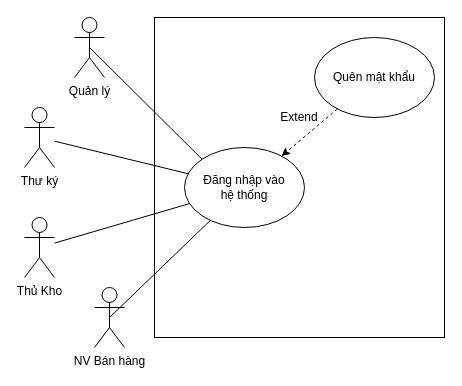
TccKaiCi/PTTK_CuaHangGiay keeps this draw.io diagram as Diagram/UseCase/DangNhap.drawio. Above is the earlier version. Source tidied: cells renumbered, new cells numbered last; positions are measured from the earlier drawing's top-left corner, leaving out a move shared by most shapes. Both pictures are drawn from the tidied source at 100%, with x=0, y=0 at pixel (24, 17).
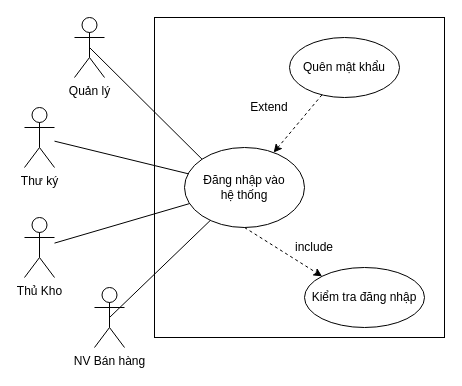
Above is the later version.

Diff of the diagram source:
```diff
@@
 <mxGraphModel>
   <root>
     <mxCell id="0" />
     <mxCell id="1" parent="0" />
     <mxCell id="2" style="rounded=0;whiteSpace=wrap;html=1;fillColor=none;" parent="1" vertex="1">
       <mxGeometry x="130" width="290" height="320" as="geometry" />
     </mxCell>
     <mxCell id="3" value="Quản lý" style="shape=umlActor;verticalLabelPosition=bottom;verticalAlign=top;html=1;outlineConnect=0;" parent="1" vertex="1">
       <mxGeometry x="50" width="30" height="60" as="geometry" />
     </mxCell>
     <mxCell id="4" value="Thư ký" style="shape=umlActor;verticalLabelPosition=bottom;verticalAlign=top;html=1;outlineConnect=0;" parent="1" vertex="1">
       <mxGeometry y="90" width="30" height="60" as="geometry" />
     </mxCell>
     <mxCell id="5" value="Thủ Kho" style="shape=umlActor;verticalLabelPosition=bottom;verticalAlign=top;html=1;outlineConnect=0;" parent="1" vertex="1">
       <mxGeometry y="200" width="30" height="60" as="geometry" />
     </mxCell>
     <mxCell id="6" value="NV Bán hàng" style="shape=umlActor;verticalLabelPosition=bottom;verticalAlign=top;html=1;outlineConnect=0;" parent="1" vertex="1">
       <mxGeometry x="70" y="270" width="30" height="60" as="geometry" />
     </mxCell>
     <mxCell id="7" value="Đăng nhập vào&lt;br&gt;hệ thống" style="ellipse;whiteSpace=wrap;html=1;" parent="1" vertex="1">
       <mxGeometry x="160" y="130" width="120" height="80" as="geometry" />
     </mxCell>
     <mxCell id="8" style="endArrow=none;html=1;exitX=0.5;exitY=0.5;exitDx=0;exitDy=0;exitPerimeter=0;entryX=0;entryY=0;entryDx=0;entryDy=0;" parent="1" edge="1" source="3" target="7">
       <mxGeometry relative="1" as="geometry" />
     </mxCell>
     <mxCell id="9" style="endArrow=none;html=1;" parent="1" edge="1" source="4" target="7">
       <mxGeometry relative="1" as="geometry" />
     </mxCell>
     <mxCell id="10" style="endArrow=none;html=1;" parent="1" edge="1" source="5" target="7">
       <mxGeometry relative="1" as="geometry" />
     </mxCell>
     <mxCell id="11" style="endArrow=none;html=1;exitX=0.5;exitY=0.5;exitDx=0;exitDy=0;exitPerimeter=0;" parent="1" edge="1" source="6" target="7">
       <mxGeometry relative="1" as="geometry" />
     </mxCell>
-    <mxCell id="12" value="Quên mật khẩu" style="ellipse;whiteSpace=wrap;html=1;" parent="1" vertex="1">
-      <mxGeometry x="290" y="20" width="120" height="80" as="geometry" />
+    <mxCell id="12" value="Quên mật khẩu" style="ellipse;whiteSpace=wrap;html=1;gradientColor=#ffffff;" parent="1" vertex="1">
+      <mxGeometry x="265" y="20" width="110" height="60" as="geometry" />
     </mxCell>
     <mxCell id="13" style="endArrow=classic;html=1;dashed=1;" parent="1" edge="1" source="12" target="7">
       <mxGeometry relative="1" as="geometry" />
     </mxCell>
     <mxCell id="14" value="Extend" style="text;html=1;strokeColor=none;fillColor=none;align=center;verticalAlign=middle;whiteSpace=wrap;rounded=0;" parent="1" vertex="1">
-      <mxGeometry x="255" y="90" width="40" height="20" as="geometry" />
+      <mxGeometry x="225" y="80" width="40" height="20" as="geometry" />
     </mxCell>
+    <mxCell id="15" value="Kiểm tra đăng nhập" style="ellipse;whiteSpace=wrap;html=1;" parent="1" vertex="1">
+      <mxGeometry x="280" y="250" width="120" height="60" as="geometry" />
+    </mxCell>
+    <mxCell id="16" style="endArrow=classic;html=1;dashed=1;entryX=0;entryY=0;entryDx=0;entryDy=0;exitX=0.5;exitY=1;exitDx=0;exitDy=0;" parent="1" edge="1" source="7" target="15">
+      <mxGeometry relative="1" as="geometry" />
+    </mxCell>
+    <mxCell id="17" value="include" style="text;html=1;strokeColor=none;fillColor=none;align=center;verticalAlign=middle;whiteSpace=wrap;rounded=0;" parent="1" vertex="1">
+      <mxGeometry x="270" y="220" width="40" height="20" as="geometry" />
+    </mxCell>
   </root>
 </mxGraphModel>
```
